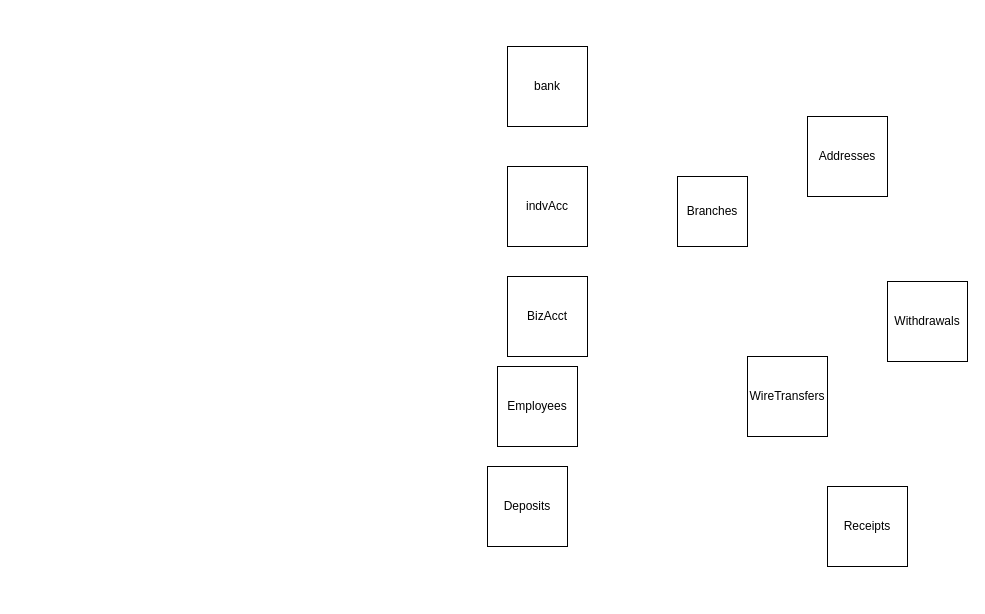
Before: Untitled Diagram.drawio in bevans704/project2, a draw.io diagram. Source tidied: cells renumbered, new cells numbered last; positions are measured from the earlier drawing's top-left corner, leaving out a move shared by most shapes. Both pictures are drawn from the tidied source at 100%, with x=0, y=0 at pixel (487, 46).
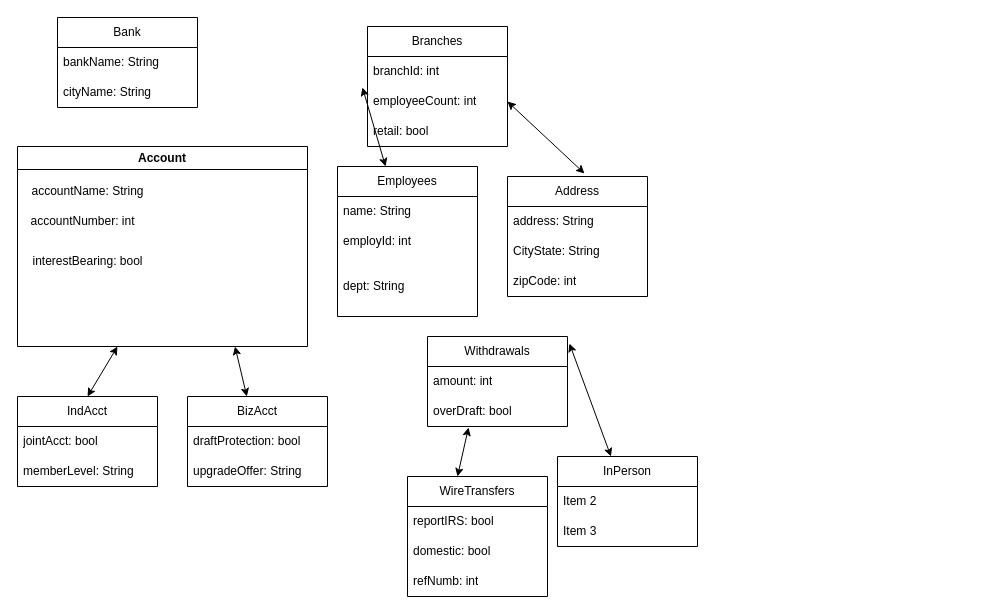
After the change.

What changed in the source:
```diff
@@
-    <mxCell id="2" value="bank" style="whiteSpace=wrap;html=1;" parent="1" vertex="1">
-      <mxGeometry x="20" width="80" height="80" as="geometry" />
-    </mxCell>
-    <mxCell id="3" value="indvAcc" style="whiteSpace=wrap;html=1;" parent="1" vertex="1">
-      <mxGeometry x="20" y="120" width="80" height="80" as="geometry" />
-    </mxCell>
+    <mxCell id="12" value="Bank" style="swimlane;fontStyle=0;horizontal=1;startSize=30;whiteSpace=wrap;html=1;" parent="1" vertex="1">
+      <mxGeometry x="-430" y="-29" width="140" height="90" as="geometry" />
+    </mxCell>
+    <mxCell id="13" value="bankName: String" style="text;strokeColor=none;fillColor=none;align=left;verticalAlign=middle;spacingLeft=4;spacingRight=4;overflow=hidden;whiteSpace=wrap;html=1;" parent="12" vertex="1">
+      <mxGeometry y="30" width="140" height="30" as="geometry" />
+    </mxCell>
+    <mxCell id="14" value="cityName: String" style="text;strokeColor=none;fillColor=none;align=left;verticalAlign=middle;spacingLeft=4;spacingRight=4;overflow=hidden;whiteSpace=wrap;html=1;" parent="12" vertex="1">
+      <mxGeometry y="60" width="140" height="30" as="geometry" />
+    </mxCell>
+    <mxCell id="15" value="Account" style="swimlane;whiteSpace=wrap;html=1;" parent="1" vertex="1">
+      <mxGeometry x="-470" y="100" width="290" height="200" as="geometry" />
+    </mxCell>
+    <mxCell id="16" value="accountName: String" style="text;html=1;align=center;verticalAlign=middle;strokeColor=none;fillColor=none;" parent="15" vertex="1">
+      <mxGeometry y="30" width="140" height="30" as="geometry" />
+    </mxCell>
+    <mxCell id="17" value="accountNumber: int" style="text;html=1;align=center;verticalAlign=middle;strokeColor=none;fillColor=none;" parent="15" vertex="1">
+      <mxGeometry y="60" width="130" height="30" as="geometry" />
+    </mxCell>
+    <mxCell id="18" value="interestBearing: bool" style="text;html=1;align=center;verticalAlign=middle;strokeColor=none;fillColor=none;" parent="15" vertex="1">
+      <mxGeometry x="5" y="100" width="130" height="30" as="geometry" />
+    </mxCell>
+    <mxCell id="19" value="IndAcct" style="swimlane;fontStyle=0;horizontal=1;startSize=30;whiteSpace=wrap;html=1;" parent="1" vertex="1">
+      <mxGeometry x="-470" y="350" width="140" height="90" as="geometry" />
+    </mxCell>
+    <mxCell id="20" value="jointAcct: bool" style="text;strokeColor=none;fillColor=none;align=left;verticalAlign=middle;spacingLeft=4;spacingRight=4;overflow=hidden;whiteSpace=wrap;html=1;" parent="19" vertex="1">
+      <mxGeometry y="30" width="140" height="30" as="geometry" />
+    </mxCell>
+    <mxCell id="21" value="memberLevel: String" style="text;strokeColor=none;fillColor=none;align=left;verticalAlign=middle;spacingLeft=4;spacingRight=4;overflow=hidden;whiteSpace=wrap;html=1;" parent="19" vertex="1">
+      <mxGeometry y="60" width="140" height="30" as="geometry" />
+    </mxCell>
-    <mxCell id="4" value="BizAcct" style="whiteSpace=wrap;html=1;" parent="1" vertex="1">
-      <mxGeometry x="20" y="230" width="80" height="80" as="geometry" />
+    <mxCell id="4" value="BizAcct" style="swimlane;fontStyle=0;horizontal=1;startSize=30;whiteSpace=wrap;html=1;" parent="1" vertex="1">
+      <mxGeometry x="-300" y="350" width="140" height="90" as="geometry" />
     </mxCell>
+    <mxCell id="22" value="draftProtection: bool" style="text;strokeColor=none;fillColor=none;align=left;verticalAlign=middle;spacingLeft=4;spacingRight=4;overflow=hidden;whiteSpace=wrap;html=1;" parent="4" vertex="1">
+      <mxGeometry y="30" width="140" height="30" as="geometry" />
+    </mxCell>
+    <mxCell id="23" value="upgradeOffer: String" style="text;strokeColor=none;fillColor=none;align=left;verticalAlign=middle;spacingLeft=4;spacingRight=4;overflow=hidden;whiteSpace=wrap;html=1;" parent="4" vertex="1">
+      <mxGeometry y="60" width="140" height="30" as="geometry" />
+    </mxCell>
+    <mxCell id="24" style="endArrow=classic;startArrow=classic;html=1;rounded=0;entryX=0.75;entryY=1;entryDx=0;entryDy=0;" parent="1" edge="1" source="4" target="15">
+      <mxGeometry relative="1" as="geometry" />
+    </mxCell>
+    <mxCell id="7" value="Branches" style="swimlane;fontStyle=0;horizontal=1;startSize=30;whiteSpace=wrap;html=1;" parent="1" vertex="1">
+      <mxGeometry x="-120" y="-20" width="140" height="120" as="geometry" />
+    </mxCell>
+    <mxCell id="25" value="branchId: int" style="text;strokeColor=none;fillColor=none;align=left;verticalAlign=middle;spacingLeft=4;spacingRight=4;overflow=hidden;whiteSpace=wrap;html=1;" parent="7" vertex="1">
+      <mxGeometry y="30" width="140" height="30" as="geometry" />
+    </mxCell>
+    <mxCell id="26" value="employeeCount: int" style="text;strokeColor=none;fillColor=none;align=left;verticalAlign=middle;spacingLeft=4;spacingRight=4;overflow=hidden;points=[[0,0.5],[1,0.5]];portConstraint=eastwest;whiteSpace=wrap;html=1;" parent="7" vertex="1">
+      <mxGeometry y="60" width="140" height="30" as="geometry" />
+    </mxCell>
+    <mxCell id="27" value="retail: bool" style="text;strokeColor=none;fillColor=none;align=left;verticalAlign=middle;spacingLeft=4;spacingRight=4;overflow=hidden;whiteSpace=wrap;html=1;" parent="7" vertex="1">
+      <mxGeometry y="90" width="140" height="30" as="geometry" />
+    </mxCell>
-    <mxCell id="5" value="Employees" style="whiteSpace=wrap;html=1;" parent="1" vertex="1">
-      <mxGeometry x="10" y="320" width="80" height="80" as="geometry" />
+    <mxCell id="5" value="Employees" style="swimlane;fontStyle=0;horizontal=1;startSize=30;whiteSpace=wrap;html=1;" parent="1" vertex="1">
+      <mxGeometry x="-150" y="120" width="140" height="150" as="geometry" />
     </mxCell>
-    <mxCell id="6" value="Deposits" style="whiteSpace=wrap;html=1;" parent="1" vertex="1">
-      <mxGeometry y="420" width="80" height="80" as="geometry" />
-    </mxCell>
-    <mxCell id="7" value="Branches" style="whiteSpace=wrap;html=1;" parent="1" vertex="1">
-      <mxGeometry x="190" y="130" width="70" height="70" as="geometry" />
-    </mxCell>
+    <mxCell id="28" value="name: String" style="text;strokeColor=none;fillColor=none;align=left;verticalAlign=middle;spacingLeft=4;spacingRight=4;overflow=hidden;whiteSpace=wrap;html=1;" parent="5" vertex="1">
+      <mxGeometry y="30" width="140" height="30" as="geometry" />
+    </mxCell>
+    <mxCell id="29" value="employId: int" style="text;strokeColor=none;fillColor=none;align=left;verticalAlign=middle;spacingLeft=4;spacingRight=4;overflow=hidden;whiteSpace=wrap;html=1;" parent="5" vertex="1">
+      <mxGeometry y="60" width="140" height="30" as="geometry" />
+    </mxCell>
+    <mxCell id="30" value="dept: String" style="text;strokeColor=none;fillColor=none;align=left;verticalAlign=middle;spacingLeft=4;spacingRight=4;overflow=hidden;whiteSpace=wrap;html=1;" parent="5" vertex="1">
+      <mxGeometry y="90" width="140" height="60" as="geometry" />
+    </mxCell>
+    <mxCell id="31" value="Address" style="swimlane;fontStyle=0;horizontal=1;startSize=30;whiteSpace=wrap;html=1;" parent="1" vertex="1">
+      <mxGeometry x="20" y="130" width="140" height="120" as="geometry" />
+    </mxCell>
+    <mxCell id="32" value="address: String" style="text;strokeColor=none;fillColor=none;align=left;verticalAlign=middle;spacingLeft=4;spacingRight=4;overflow=hidden;whiteSpace=wrap;html=1;" parent="31" vertex="1">
+      <mxGeometry y="30" width="140" height="30" as="geometry" />
+    </mxCell>
+    <mxCell id="33" value="CityState: String" style="text;strokeColor=none;fillColor=none;align=left;verticalAlign=middle;spacingLeft=4;spacingRight=4;overflow=hidden;whiteSpace=wrap;html=1;" parent="31" vertex="1">
+      <mxGeometry y="60" width="140" height="30" as="geometry" />
+    </mxCell>
+    <mxCell id="34" value="zipCode: int" style="text;strokeColor=none;fillColor=none;align=left;verticalAlign=middle;spacingLeft=4;spacingRight=4;overflow=hidden;whiteSpace=wrap;html=1;" parent="31" vertex="1">
+      <mxGeometry y="90" width="140" height="30" as="geometry" />
+    </mxCell>
+    <mxCell id="35" style="endArrow=classic;startArrow=classic;html=1;rounded=0;entryX=-0.036;entryY=0.033;entryDx=0;entryDy=0;entryPerimeter=0;" parent="1" edge="1" source="5" target="26">
+      <mxGeometry relative="1" as="geometry" />
+    </mxCell>
+    <mxCell id="36" style="endArrow=classic;startArrow=classic;html=1;rounded=0;exitX=0.55;exitY=-0.025;exitDx=0;exitDy=0;exitPerimeter=0;entryX=1;entryY=0.5;entryDx=0;entryDy=0;" parent="1" edge="1" source="31" target="26">
+      <mxGeometry relative="1" as="geometry" />
+    </mxCell>
+    <mxCell id="37" style="endArrow=classic;startArrow=classic;html=1;rounded=0;exitX=0.5;exitY=0;exitDx=0;exitDy=0;" parent="1" edge="1" source="19">
+      <mxGeometry relative="1" as="geometry">
+        <mxPoint x="-370" y="300" as="targetPoint" />
+      </mxGeometry>
+    </mxCell>
+    <mxCell id="9" value="Withdrawals" style="swimlane;fontStyle=0;horizontal=1;startSize=30;whiteSpace=wrap;html=1;" parent="1" vertex="1">
+      <mxGeometry x="-60" y="290" width="140" height="90" as="geometry" />
+    </mxCell>
+    <mxCell id="38" value="amount: int" style="text;strokeColor=none;fillColor=none;align=left;verticalAlign=middle;spacingLeft=4;spacingRight=4;overflow=hidden;whiteSpace=wrap;html=1;" parent="9" vertex="1">
+      <mxGeometry y="30" width="140" height="30" as="geometry" />
+    </mxCell>
+    <mxCell id="39" value="overDraft: bool" style="text;strokeColor=none;fillColor=none;align=left;verticalAlign=middle;spacingLeft=4;spacingRight=4;overflow=hidden;points=[[0,0.5],[1,0.5]];portConstraint=eastwest;whiteSpace=wrap;html=1;" parent="9" vertex="1">
+      <mxGeometry y="60" width="140" height="30" as="geometry" />
+    </mxCell>
-    <mxCell id="8" value="WireTransfers" style="whiteSpace=wrap;html=1;" parent="1" vertex="1">
-      <mxGeometry x="260" y="310" width="80" height="80" as="geometry" />
+    <mxCell id="8" value="WireTransfers" style="swimlane;fontStyle=0;horizontal=1;startSize=30;whiteSpace=wrap;html=1;" parent="1" vertex="1">
+      <mxGeometry x="-80" y="430" width="140" height="120" as="geometry" />
     </mxCell>
-    <mxCell id="9" value="Withdrawals" style="whiteSpace=wrap;html=1;" parent="1" vertex="1">
-      <mxGeometry x="400" y="235" width="80" height="80" as="geometry" />
-    </mxCell>
-    <mxCell id="10" value="Receipts" style="whiteSpace=wrap;html=1;" parent="1" vertex="1">
-      <mxGeometry x="340" y="440" width="80" height="80" as="geometry" />
-    </mxCell>
-    <mxCell id="11" value="Addresses" style="whiteSpace=wrap;html=1;" parent="1" vertex="1">
-      <mxGeometry x="320" y="70" width="80" height="80" as="geometry" />
-    </mxCell>
+    <mxCell id="40" value="reportIRS: bool" style="text;strokeColor=none;fillColor=none;align=left;verticalAlign=middle;spacingLeft=4;spacingRight=4;overflow=hidden;whiteSpace=wrap;html=1;" parent="8" vertex="1">
+      <mxGeometry y="30" width="140" height="30" as="geometry" />
+    </mxCell>
+    <mxCell id="41" value="domestic: bool" style="text;strokeColor=none;fillColor=none;align=left;verticalAlign=middle;spacingLeft=4;spacingRight=4;overflow=hidden;whiteSpace=wrap;html=1;" parent="8" vertex="1">
+      <mxGeometry y="60" width="140" height="30" as="geometry" />
+    </mxCell>
+    <mxCell id="42" value="refNumb: int" style="text;strokeColor=none;fillColor=none;align=left;verticalAlign=middle;spacingLeft=4;spacingRight=4;overflow=hidden;whiteSpace=wrap;html=1;" parent="8" vertex="1">
+      <mxGeometry y="90" width="140" height="30" as="geometry" />
+    </mxCell>
+    <mxCell id="43" value="InPerson" style="swimlane;fontStyle=0;horizontal=1;startSize=30;whiteSpace=wrap;html=1;" parent="1" vertex="1">
+      <mxGeometry x="70" y="410" width="140" height="90" as="geometry" />
+    </mxCell>
+    <mxCell id="44" value="Item 2" style="text;strokeColor=none;fillColor=none;align=left;verticalAlign=middle;spacingLeft=4;spacingRight=4;overflow=hidden;whiteSpace=wrap;html=1;" parent="43" vertex="1">
+      <mxGeometry y="30" width="140" height="30" as="geometry" />
+    </mxCell>
+    <mxCell id="45" value="Item 3" style="text;strokeColor=none;fillColor=none;align=left;verticalAlign=middle;spacingLeft=4;spacingRight=4;overflow=hidden;whiteSpace=wrap;html=1;" parent="43" vertex="1">
+      <mxGeometry y="60" width="140" height="30" as="geometry" />
+    </mxCell>
+    <mxCell id="46" style="endArrow=classic;startArrow=classic;html=1;rounded=0;entryX=1.014;entryY=0.078;entryDx=0;entryDy=0;entryPerimeter=0;" parent="1" edge="1" source="43" target="9">
+      <mxGeometry relative="1" as="geometry" />
+    </mxCell>
+    <mxCell id="47" style="endArrow=classic;startArrow=classic;html=1;rounded=0;entryX=0.293;entryY=1.033;entryDx=0;entryDy=0;entryPerimeter=0;" parent="1" edge="1" target="39">
+      <mxGeometry relative="1" as="geometry">
+        <mxPoint x="-30" y="430" as="sourcePoint" />
+      </mxGeometry>
+    </mxCell>
```
